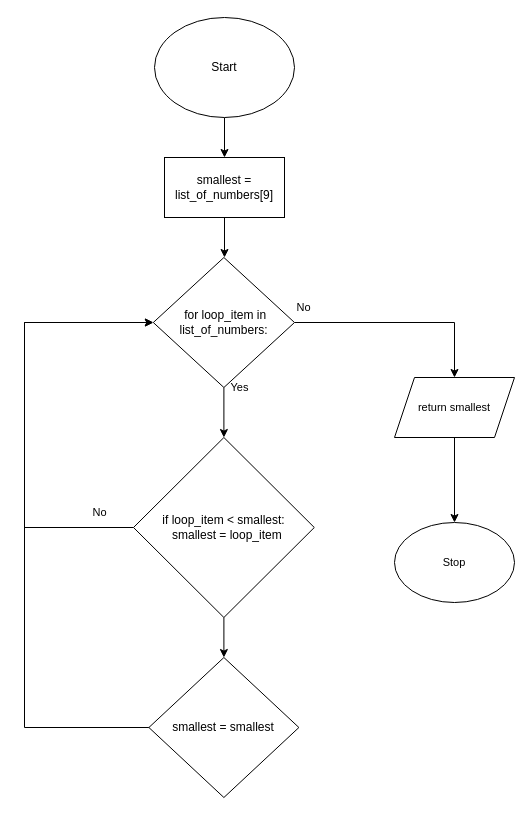
This is flowchart.drawio from Aleksandr-Ten/ICS3U-Unit6-04-Python, a draw.io file, before an edit. Source tidied: cells renumbered, new cells numbered last; positions are measured from the earlier drawing's top-left corner, leaving out a move shared by most shapes. Both pictures are drawn from the tidied source at 100%, with x=0, y=0 at pixel (24, 17).
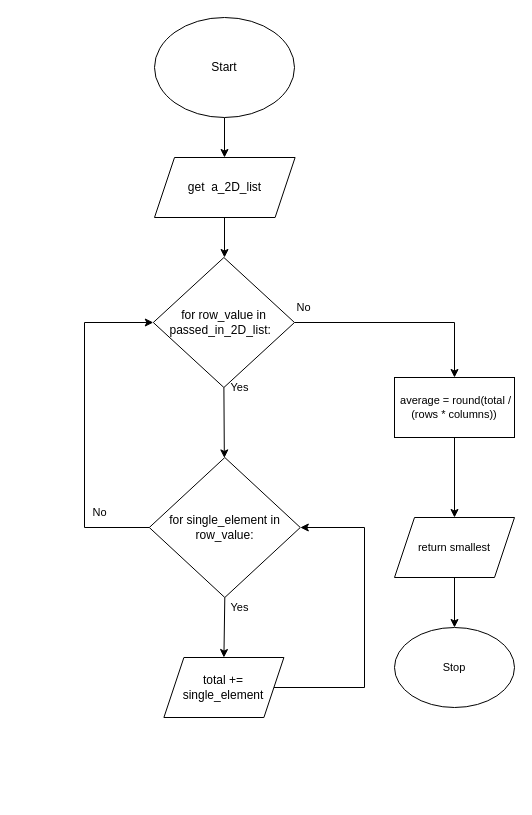
The same diagram, later.

The edit, as a diff of the source:
```diff
@@
-    <mxCell id="4" style="edgeStyle=none;html=1;exitX=0.5;exitY=1;exitDx=0;exitDy=0;" parent="1" edge="1" source="5">
+    <mxCell id="4" style="edgeStyle=none;html=1;exitX=0.5;exitY=1;exitDx=0;exitDy=0;" parent="1" edge="1">
       <mxGeometry relative="1" as="geometry">
+        <mxPoint x="200" y="200" as="sourcePoint" />
         <mxPoint x="200" y="240" as="targetPoint" />
       </mxGeometry>
     </mxCell>
-    <mxCell id="5" value="smallest = list_of_numbers[9]" style="rounded=0;whiteSpace=wrap;html=1;" parent="1" vertex="1">
-      <mxGeometry x="140" y="140" width="120" height="60" as="geometry" />
-    </mxCell>
@@
-    <mxCell id="7" style="edgeStyle=orthogonalEdgeStyle;shape=connector;rounded=0;html=1;exitX=1;exitY=0.5;exitDx=0;exitDy=0;entryX=0.5;entryY=0;entryDx=0;entryDy=0;labelBackgroundColor=default;fontFamily=Helvetica;fontSize=11;fontColor=default;endArrow=classic;strokeColor=default;" parent="1" edge="1" source="8" target="17">
-      <mxGeometry relative="1" as="geometry" />
-    </mxCell>
+    <mxCell id="20" style="edgeStyle=orthogonalEdgeStyle;shape=connector;rounded=0;html=1;exitX=1;exitY=0.5;exitDx=0;exitDy=0;entryX=0.5;entryY=0;entryDx=0;entryDy=0;labelBackgroundColor=default;fontFamily=Helvetica;fontSize=11;fontColor=default;endArrow=classic;strokeColor=default;" parent="1" edge="1" source="8" target="25">
+      <mxGeometry relative="1" as="geometry" />
+    </mxCell>
-    <mxCell id="8" value="&lt;span style=&quot;font-weight: 400&quot;&gt;&amp;nbsp;for loop_item in list_of_numbers:&lt;/span&gt;" style="rhombus;whiteSpace=wrap;html=1;fontStyle=1;" parent="1" vertex="1">
+    <mxCell id="8" value="&lt;span style=&quot;font-weight: 400&quot;&gt;for row_value in passed_in_2D_list:&amp;nbsp;&amp;nbsp;&lt;/span&gt;" style="rhombus;whiteSpace=wrap;html=1;fontStyle=1;" parent="1" vertex="1">
       <mxGeometry x="128.8" y="240" width="141.2" height="130" as="geometry" />
     </mxCell>
-    <mxCell id="9" style="edgeStyle=none;html=1;exitX=0.5;exitY=1;exitDx=0;exitDy=0;entryX=0.5;entryY=0;entryDx=0;entryDy=0;" parent="1" edge="1" source="11" target="13">
-      <mxGeometry relative="1" as="geometry" />
+    <mxCell id="9" style="edgeStyle=none;html=1;exitX=0.5;exitY=1;exitDx=0;exitDy=0;entryX=0.5;entryY=0;entryDx=0;entryDy=0;" parent="1" edge="1" source="11">
+      <mxGeometry relative="1" as="geometry">
+        <mxPoint x="199.4" y="640" as="targetPoint" />
+      </mxGeometry>
     </mxCell>
     <mxCell id="10" style="edgeStyle=orthogonalEdgeStyle;html=1;exitX=0;exitY=0.5;exitDx=0;exitDy=0;entryX=0;entryY=0.5;entryDx=0;entryDy=0;rounded=0;" parent="1" edge="1" source="11" target="8">
       <mxGeometry relative="1" as="geometry">
         <Array as="points">
-          <mxPoint y="510" />
-          <mxPoint y="305" />
+          <mxPoint x="60" y="510" />
+          <mxPoint x="60" y="305" />
         </Array>
       </mxGeometry>
     </mxCell>
-    <mxCell id="11" value="&lt;div&gt;&lt;span style=&quot;font-weight: 400&quot;&gt;if loop_item &amp;lt; smallest:&lt;/span&gt;&lt;/div&gt;&lt;div&gt;&lt;span style=&quot;font-weight: 400&quot;&gt;&amp;nbsp; smallest = loop_item&lt;/span&gt;&lt;/div&gt;" style="rhombus;whiteSpace=wrap;html=1;fontStyle=1;" parent="1" vertex="1">
-      <mxGeometry x="109" y="420" width="180.8" height="180" as="geometry" />
+    <mxCell id="11" value="&lt;div&gt;&lt;span style=&quot;font-weight: 400&quot;&gt;for single_element in row_value:&lt;/span&gt;&lt;br&gt;&lt;/div&gt;" style="rhombus;whiteSpace=wrap;html=1;fontStyle=1;" parent="1" vertex="1">
+      <mxGeometry x="124.8" y="440" width="151" height="140" as="geometry" />
     </mxCell>
-    <mxCell id="12" style="edgeStyle=orthogonalEdgeStyle;shape=connector;rounded=0;html=1;exitX=0;exitY=0.5;exitDx=0;exitDy=0;entryX=0;entryY=0.5;entryDx=0;entryDy=0;labelBackgroundColor=default;fontFamily=Helvetica;fontSize=11;fontColor=default;endArrow=classic;strokeColor=default;" parent="1" edge="1" source="13" target="8">
-      <mxGeometry relative="1" as="geometry">
-        <Array as="points">
-          <mxPoint y="710" />
-          <mxPoint y="305" />
-        </Array>
-      </mxGeometry>
-    </mxCell>
-    <mxCell id="13" value="smallest = smallest" style="rhombus;whiteSpace=wrap;html=1;" parent="1" vertex="1">
-      <mxGeometry x="124.4" y="640" width="150" height="140" as="geometry" />
-    </mxCell>
@@
     <mxCell id="17" value="return smallest" style="shape=parallelogram;perimeter=parallelogramPerimeter;whiteSpace=wrap;html=1;fixedSize=1;fontFamily=Helvetica;fontSize=11;fontColor=default;" parent="1" vertex="1">
-      <mxGeometry x="370" y="360" width="120" height="60" as="geometry" />
+      <mxGeometry x="370" y="500" width="120" height="60" as="geometry" />
     </mxCell>
     <mxCell id="18" value="Stop" style="ellipse;whiteSpace=wrap;html=1;fontFamily=Helvetica;fontSize=11;fontColor=default;" parent="1" vertex="1">
-      <mxGeometry x="370" y="505" width="120" height="80" as="geometry" />
+      <mxGeometry x="370" y="610" width="120" height="80" as="geometry" />
     </mxCell>
@@
+    <mxCell id="21" value="get&amp;nbsp; a_2D_list" style="shape=parallelogram;perimeter=parallelogramPerimeter;whiteSpace=wrap;html=1;fixedSize=1;" parent="1" vertex="1">
+      <mxGeometry x="130" y="140" width="140.6" height="60" as="geometry" />
+    </mxCell>
+    <mxCell id="22" style="edgeStyle=orthogonalEdgeStyle;html=1;exitX=1;exitY=0.5;exitDx=0;exitDy=0;entryX=1;entryY=0.5;entryDx=0;entryDy=0;rounded=0;" parent="1" edge="1" source="23" target="11">
+      <mxGeometry relative="1" as="geometry">
+        <Array as="points">
+          <mxPoint x="340" y="670" />
+          <mxPoint x="340" y="510" />
+        </Array>
+      </mxGeometry>
+    </mxCell>
+    <mxCell id="23" value="total += single_element" style="shape=parallelogram;perimeter=parallelogramPerimeter;whiteSpace=wrap;html=1;fixedSize=1;" parent="1" vertex="1">
+      <mxGeometry x="139.4" y="640" width="120" height="60" as="geometry" />
+    </mxCell>
+    <mxCell id="24" style="edgeStyle=orthogonalEdgeStyle;shape=connector;rounded=0;html=1;exitX=0.5;exitY=1;exitDx=0;exitDy=0;labelBackgroundColor=default;fontFamily=Helvetica;fontSize=11;fontColor=default;endArrow=classic;strokeColor=default;" parent="1" edge="1" source="25" target="17">
+      <mxGeometry relative="1" as="geometry" />
+    </mxCell>
+    <mxCell id="25" value="&amp;nbsp;average = round(total / (rows * columns))" style="rounded=0;whiteSpace=wrap;html=1;fontFamily=Helvetica;fontSize=11;fontColor=default;" parent="1" vertex="1">
+      <mxGeometry x="370" y="360" width="120" height="60" as="geometry" />
+    </mxCell>
+    <mxCell id="26" value="Yes" style="text;html=1;align=center;verticalAlign=middle;fillColor=none;strokeColor=none;rounded=0;fontFamily=Helvetica;fontSize=11;fontColor=default;" parent="1" vertex="1">
+      <mxGeometry x="200" y="580" width="30" height="20" as="geometry" />
+    </mxCell>
```
